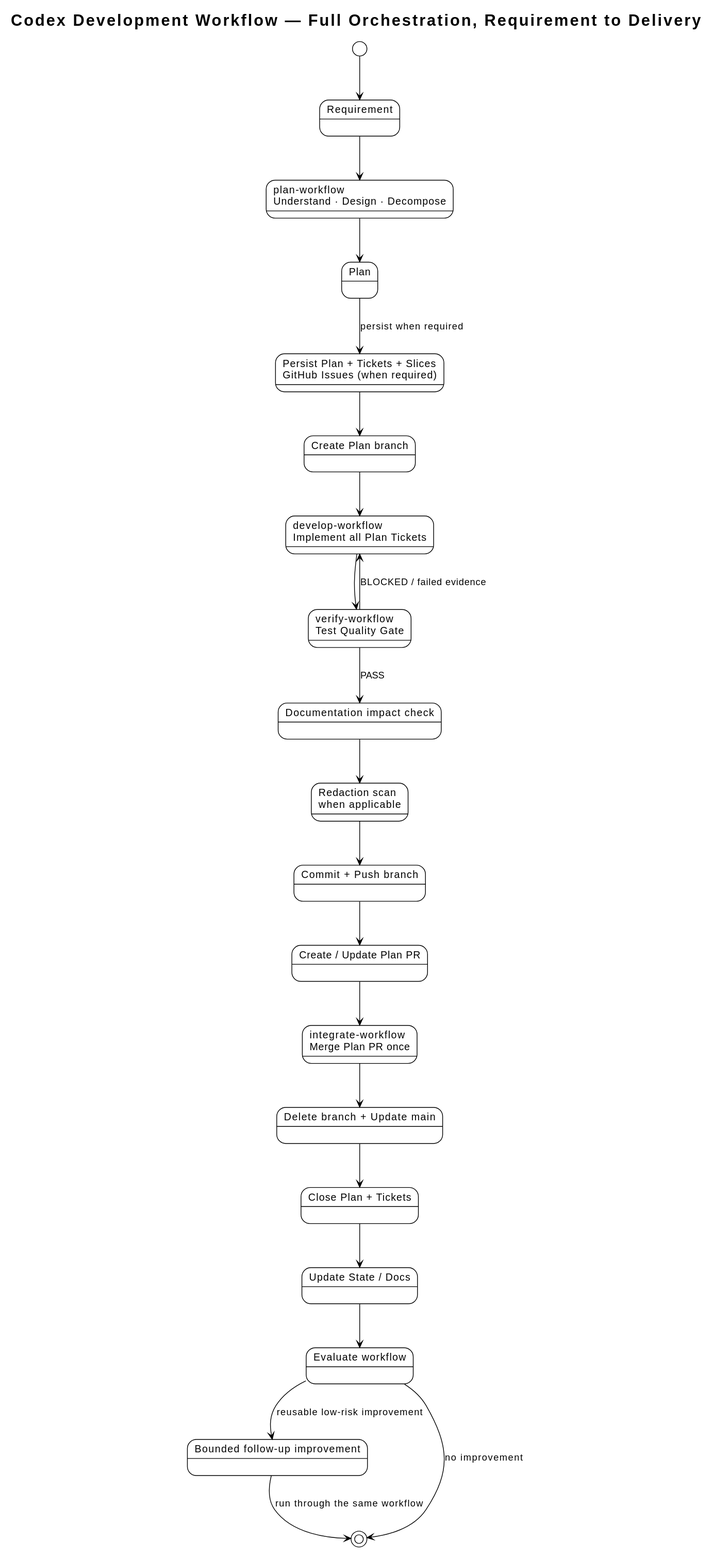
Earlier version of the PlantUML export docs/architecture/diagrams/architecture.svg (i-zrhe2016/codex-development-workflow). Source of this version:
```plantuml
@startuml
!theme plain
top to bottom direction
skinparam shadowing false
skinparam defaultFontName Arial

title Codex Development Workflow — Full Orchestration, Requirement to Delivery

state "Requirement" as Requirement
state "plan-workflow\nUnderstand · Design · Decompose" as Understand
state "Plan" as Plan
state "Persist Plan + Tickets + Slices\nGitHub Issues (when required)" as Issues
state "Create Plan branch" as Branch
state "develop-workflow\nImplement all Plan Tickets" as Implement
state "verify-workflow\nTest Quality Gate" as Test
state "Documentation impact check" as Docs
state "Redaction scan\nwhen applicable" as Redact
state "Commit + Push branch" as Publish
state "Create / Update Plan PR" as PR
state "integrate-workflow\nMerge Plan PR once" as Merge
state "Delete branch + Update main" as Cleanup
state "Close Plan + Tickets" as Close
state "Update State / Docs" as State
state "Evaluate workflow" as Evaluate
state "Bounded follow-up improvement" as Improve

[*] --> Requirement
Requirement --> Understand
Understand --> Plan
Plan --> Issues : persist when required
Issues --> Branch
Branch --> Implement
Implement --> Test
Test --> Implement : BLOCKED / failed evidence
Test --> Docs : PASS
Docs --> Redact
Redact --> Publish
Publish --> PR
PR --> Merge
Merge --> Cleanup
Cleanup --> Close
Close --> State
State --> Evaluate
Evaluate --> Improve : reusable low-risk improvement
Improve --> [*] : run through the same workflow
Evaluate --> [*] : no improvement
@enduml
```
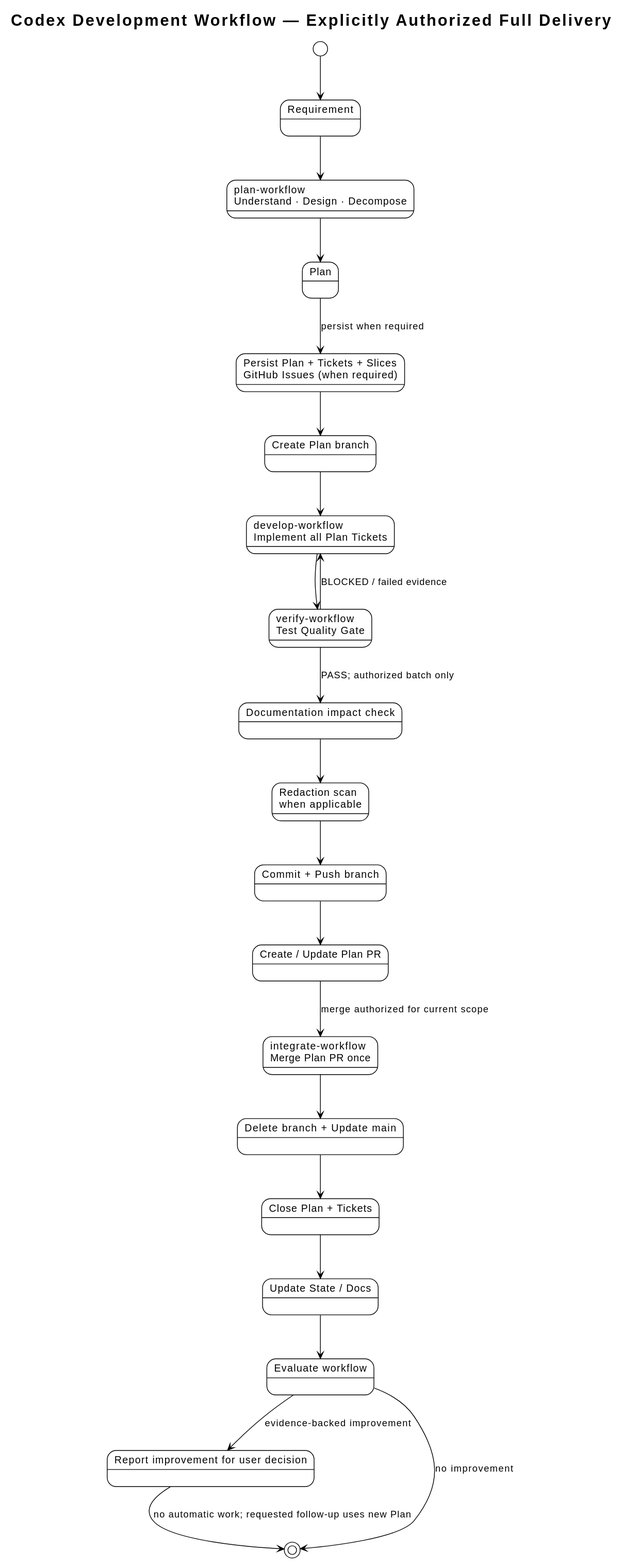
After the commit.

What changed in the source:
```diff
@@ -4,7 +4,7 @@
 skinparam shadowing false
 skinparam defaultFontName Arial
 
-title Codex Development Workflow — Full Orchestration, Requirement to Delivery
+title Codex Development Workflow — Explicitly Authorized Full Delivery
 
 state "Requirement" as Requirement
 state "plan-workflow\nUnderstand · Design · Decompose" as Understand
@@ -22,7 +22,7 @@
 state "Close Plan + Tickets" as Close
 state "Update State / Docs" as State
 state "Evaluate workflow" as Evaluate
-state "Bounded follow-up improvement" as Improve
+state "Report improvement for user decision" as Improve
 
 [*] --> Requirement
 Requirement --> Understand
@@ -32,16 +32,16 @@
 Branch --> Implement
 Implement --> Test
 Test --> Implement : BLOCKED / failed evidence
-Test --> Docs : PASS
+Test --> Docs : PASS; authorized batch only
 Docs --> Redact
 Redact --> Publish
 Publish --> PR
-PR --> Merge
+PR --> Merge : merge authorized for current scope
 Merge --> Cleanup
 Cleanup --> Close
 Close --> State
 State --> Evaluate
-Evaluate --> Improve : reusable low-risk improvement
-Improve --> [*] : run through the same workflow
+Evaluate --> Improve : evidence-backed improvement
+Improve --> [*] : no automatic work; requested follow-up uses new Plan
 Evaluate --> [*] : no improvement
 @enduml
```
